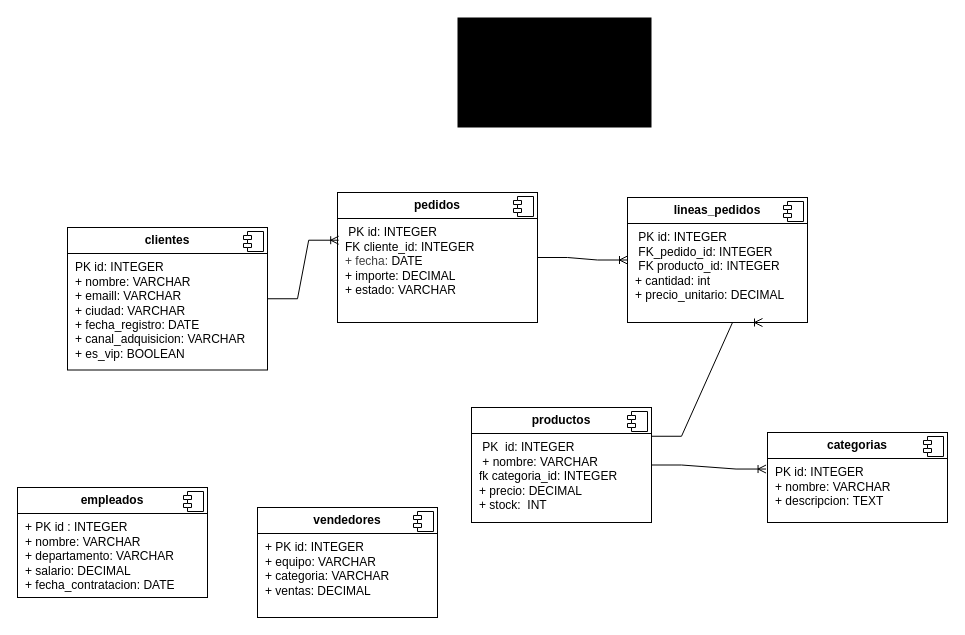
Earlier version of the draw.io diagram docs/modelo_entidad_relacion.drawio (marasvd/sql-retail-analytics). Source tidied: cells renumbered, new cells numbered last; positions are measured from the earlier drawing's top-left corner, leaving out a move shared by most shapes. Both pictures are drawn from the tidied source at 100%, with x=0, y=0 at pixel (17, 17).
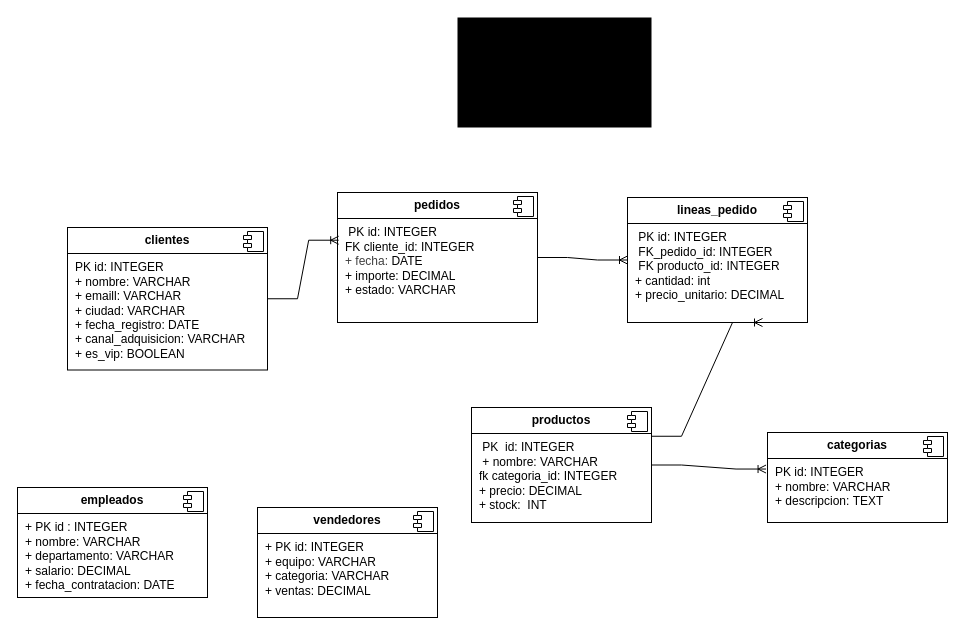
After the change.

Commit message:
correcion en el nombre de lineas_pedido

Diff of the diagram source:
```diff
@@
-    <mxCell id="11" value="&lt;p style=&quot;margin:0px;margin-top:6px;text-align:center;&quot;&gt;&lt;b&gt;lineas_pedidos&lt;/b&gt;&lt;/p&gt;&lt;hr size=&quot;1&quot; style=&quot;border-style:solid;&quot;&gt;&lt;p style=&quot;margin:0px;margin-left:8px;&quot;&gt;&amp;nbsp;PK id:&amp;nbsp;INTEGER&lt;br&gt;&amp;nbsp;FK_pedido_id:&amp;nbsp;INTEGER&lt;/p&gt;&lt;p style=&quot;margin:0px;margin-left:8px;&quot;&gt;&amp;nbsp;FK producto_id:&amp;nbsp;INTEGER&lt;/p&gt;&lt;p style=&quot;margin:0px;margin-left:8px;&quot;&gt;+ cantidad: int&lt;/p&gt;&lt;p style=&quot;margin:0px;margin-left:8px;&quot;&gt;+ precio_unitario:&amp;nbsp;DECIMAL&lt;/p&gt;" style="align=left;overflow=fill;html=1;whiteSpace=wrap;" parent="1" vertex="1">
+    <mxCell id="11" value="&lt;p style=&quot;margin:0px;margin-top:6px;text-align:center;&quot;&gt;&lt;b&gt;lineas_pedido&lt;/b&gt;&lt;/p&gt;&lt;hr size=&quot;1&quot; style=&quot;border-style:solid;&quot;&gt;&lt;p style=&quot;margin:0px;margin-left:8px;&quot;&gt;&amp;nbsp;PK id:&amp;nbsp;INTEGER&lt;br&gt;&amp;nbsp;FK_pedido_id:&amp;nbsp;INTEGER&lt;/p&gt;&lt;p style=&quot;margin:0px;margin-left:8px;&quot;&gt;&amp;nbsp;FK producto_id:&amp;nbsp;INTEGER&lt;/p&gt;&lt;p style=&quot;margin:0px;margin-left:8px;&quot;&gt;+ cantidad: int&lt;/p&gt;&lt;p style=&quot;margin:0px;margin-left:8px;&quot;&gt;+ precio_unitario:&amp;nbsp;DECIMAL&lt;/p&gt;" style="align=left;overflow=fill;html=1;whiteSpace=wrap;" parent="1" vertex="1">
       <mxGeometry x="610" y="180" width="180" height="125" as="geometry" />
     </mxCell>
```
